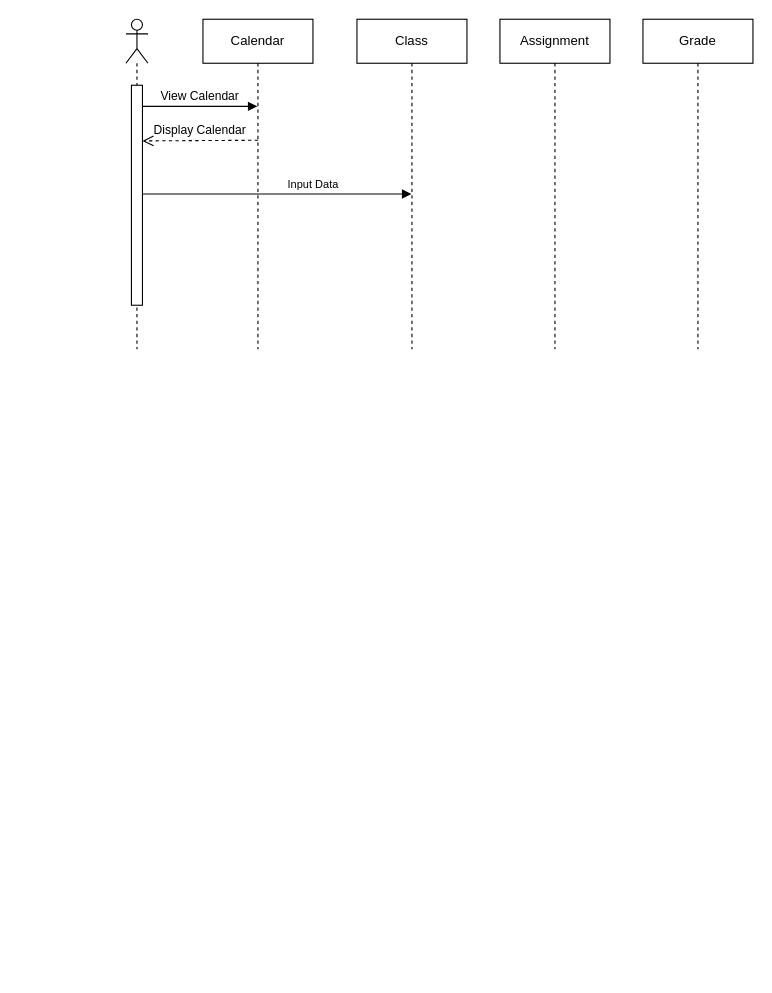
The draw.io diagram BehavioralDiagram.drawio in Spencer-Ross/Planner-SRS, before the edit. Source tidied: cells renumbered, new cells numbered last; positions are measured from the earlier drawing's top-left corner, leaving out a move shared by most shapes. Both pictures are drawn from the tidied source at 110%, with x=0, y=0 at pixel (125, 19).
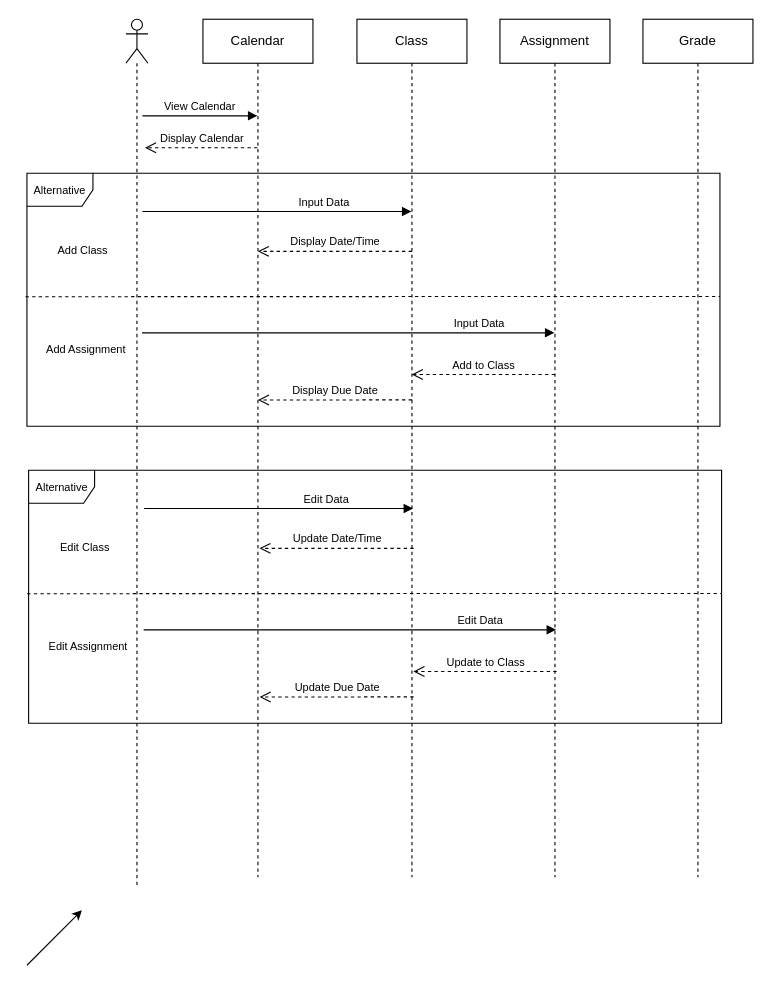
After the change.

Commit message:
add class/assignment edit class/assignment

What changed in the source:
```diff
@@
+    <mxCell id="11" value="Alternative" style="shape=umlFrame;whiteSpace=wrap;html=1;fontSize=10;verticalAlign=middle;align=center;" parent="1" vertex="1">
+      <mxGeometry x="-90" y="140" width="630" height="230" as="geometry" />
+    </mxCell>
     <mxCell id="2" style="shape=umlLifeline;participant=umlActor;perimeter=lifelinePerimeter;whiteSpace=wrap;html=1;verticalAlign=top;spacingTop=36;labelBackgroundColor=#ffffff;" parent="1" vertex="1">
-      <mxGeometry width="20" height="300" as="geometry" />
+      <mxGeometry width="20" height="790" as="geometry" />
     </mxCell>
-    <mxCell id="3" style="html=1;points=[];perimeter=orthogonalPerimeter;" parent="2" vertex="1">
-      <mxGeometry x="5" y="60" width="10" height="200" as="geometry" />
-    </mxCell>
     <mxCell id="4" value="Calendar" style="shape=umlLifeline;perimeter=lifelinePerimeter;whiteSpace=wrap;html=1;outlineConnect=0;" parent="1" vertex="1">
-      <mxGeometry x="70" width="100" height="300" as="geometry" />
+      <mxGeometry x="70" width="100" height="780" as="geometry" />
     </mxCell>
     <mxCell id="5" value="Class" style="shape=umlLifeline;perimeter=lifelinePerimeter;whiteSpace=wrap;html=1;" parent="1" vertex="1">
-      <mxGeometry x="210" width="100" height="300" as="geometry" />
+      <mxGeometry x="210" width="100" height="780" as="geometry" />
     </mxCell>
     <mxCell id="6" value="Assignment" style="shape=umlLifeline;perimeter=lifelinePerimeter;whiteSpace=wrap;html=1;" parent="1" vertex="1">
-      <mxGeometry x="340" width="100" height="300" as="geometry" />
+      <mxGeometry x="340" width="100" height="780" as="geometry" />
     </mxCell>
     <mxCell id="7" value="Grade" style="shape=umlLifeline;perimeter=lifelinePerimeter;whiteSpace=wrap;html=1;" parent="1" vertex="1">
-      <mxGeometry x="470" width="100" height="300" as="geometry" />
+      <mxGeometry x="470" width="100" height="780" as="geometry" />
     </mxCell>
-    <mxCell id="8" value="View Calendar" style="html=1;verticalAlign=bottom;endArrow=block;exitX=1;exitY=0.096;exitDx=0;exitDy=0;exitPerimeter=0;" parent="1" edge="1" source="3" target="4">
-      <mxGeometry relative="1" as="geometry" />
+    <mxCell id="8" value="View Calendar" style="html=1;verticalAlign=bottom;endArrow=block;exitX=1;exitY=0.096;exitDx=0;exitDy=0;exitPerimeter=0;fontSize=10;" parent="1" edge="1" target="4">
+      <mxGeometry relative="1" as="geometry">
+        <mxPoint x="15" y="87.8" as="sourcePoint" />
+      </mxGeometry>
     </mxCell>
-    <mxCell id="9" value="Display Calendar" style="html=1;verticalAlign=bottom;endArrow=open;dashed=1;endSize=8;entryX=1;entryY=0.253;entryDx=0;entryDy=0;entryPerimeter=0;" parent="1" edge="1" target="3">
+    <mxCell id="9" value="Display Calendar" style="html=1;verticalAlign=bottom;endArrow=open;dashed=1;endSize=8;entryX=1.229;entryY=0.196;entryDx=0;entryDy=0;entryPerimeter=0;fontSize=10;" parent="1" edge="1" source="4">
       <mxGeometry relative="1" as="geometry">
-        <mxPoint x="120" y="110" as="sourcePoint" />
+        <mxPoint x="17.3" y="116.8" as="targetPoint" />
       </mxGeometry>
     </mxCell>
     <mxCell id="10" value="Input Data" style="html=1;verticalAlign=bottom;endArrow=block;fontSize=10;exitX=1;exitY=0.494;exitDx=0;exitDy=0;exitPerimeter=0;" parent="1" edge="1">
-      <mxGeometry x="0.27" relative="1" as="geometry">
-        <mxPoint x="15" y="158.8" as="sourcePoint" />
-        <mxPoint x="259.5" y="158.8" as="targetPoint" />
+      <mxGeometry x="0.35" relative="1" as="geometry">
+        <mxPoint x="15" y="174.8" as="sourcePoint" />
+        <mxPoint x="259.5" y="174.8" as="targetPoint" />
       </mxGeometry>
     </mxCell>
+    <mxCell id="12" value="Display Date/Time" style="html=1;verticalAlign=bottom;endArrow=open;dashed=1;endSize=8;fontSize=10;" parent="1" edge="1">
+      <mxGeometry relative="1" as="geometry">
+        <mxPoint x="260" y="211" as="sourcePoint" />
+        <mxPoint x="119.8" y="211" as="targetPoint" />
+      </mxGeometry>
+    </mxCell>
+    <mxCell id="13" value="Input Data" style="html=1;verticalAlign=bottom;endArrow=block;exitX=0.96;exitY=0.621;exitDx=0;exitDy=0;exitPerimeter=0;fontSize=10;" parent="1" edge="1">
+      <mxGeometry x="0.63" relative="1" as="geometry">
+        <mxPoint x="14.6" y="285.1" as="sourcePoint" />
+        <mxPoint x="389.5" y="285.1" as="targetPoint" />
+      </mxGeometry>
+    </mxCell>
+    <mxCell id="14" value="Add to Class" style="html=1;verticalAlign=bottom;endArrow=open;dashed=1;endSize=8;fontSize=10;" parent="1" edge="1">
+      <mxGeometry relative="1" as="geometry">
+        <mxPoint x="390" y="323" as="sourcePoint" />
+        <mxPoint x="259.8" y="323" as="targetPoint" />
+      </mxGeometry>
+    </mxCell>
+    <mxCell id="15" value="Display Due Date" style="html=1;verticalAlign=bottom;endArrow=open;dashed=1;endSize=8;fontSize=10;entryX=0.5;entryY=0.564;entryDx=0;entryDy=0;entryPerimeter=0;" parent="1" edge="1">
+      <mxGeometry relative="1" as="geometry">
+        <mxPoint x="260" y="346" as="sourcePoint" />
+        <mxPoint x="120" y="346.2" as="targetPoint" />
+      </mxGeometry>
+    </mxCell>
+    <mxCell id="16" style="endArrow=none;dashed=1;html=1;fontSize=10;exitX=-0.002;exitY=0.488;exitDx=0;exitDy=0;exitPerimeter=0;" parent="1" edge="1" source="11">
+      <mxGeometry relative="1" as="geometry">
+        <mxPoint x="540" y="252" as="targetPoint" />
+      </mxGeometry>
+    </mxCell>
+    <mxCell id="17" value="Add Class" style="text;html=1;strokeColor=none;fillColor=none;align=center;verticalAlign=middle;whiteSpace=wrap;rounded=0;fontSize=10;" parent="1" vertex="1">
+      <mxGeometry x="-79" y="180" width="80" height="60" as="geometry" />
+    </mxCell>
+    <mxCell id="18" value="Add Assignment" style="text;html=1;strokeColor=none;fillColor=none;align=center;verticalAlign=middle;whiteSpace=wrap;rounded=0;fontSize=10;" parent="1" vertex="1">
+      <mxGeometry x="-76" y="270" width="80" height="60" as="geometry" />
+    </mxCell>
+    <mxCell id="19" value="Alternative" style="shape=umlFrame;whiteSpace=wrap;html=1;fontSize=10;verticalAlign=middle;align=center;" parent="1" vertex="1">
+      <mxGeometry x="-88.5" y="410" width="630" height="230" as="geometry" />
+    </mxCell>
+    <mxCell id="20" value="Edit Data" style="html=1;verticalAlign=bottom;endArrow=block;fontSize=10;exitX=1;exitY=0.494;exitDx=0;exitDy=0;exitPerimeter=0;" parent="1" edge="1">
+      <mxGeometry x="0.35" relative="1" as="geometry">
+        <mxPoint x="16.5" y="444.8" as="sourcePoint" />
+        <mxPoint x="261" y="444.8" as="targetPoint" />
+      </mxGeometry>
+    </mxCell>
+    <mxCell id="21" value="Update Date/Time" style="html=1;verticalAlign=bottom;endArrow=open;dashed=1;endSize=8;fontSize=10;" parent="1" edge="1">
+      <mxGeometry relative="1" as="geometry">
+        <mxPoint x="261.5" y="481" as="sourcePoint" />
+        <mxPoint x="121.3" y="481" as="targetPoint" />
+      </mxGeometry>
+    </mxCell>
+    <mxCell id="22" value="Edit Data" style="html=1;verticalAlign=bottom;endArrow=block;exitX=0.96;exitY=0.621;exitDx=0;exitDy=0;exitPerimeter=0;fontSize=10;" parent="1" edge="1">
+      <mxGeometry x="0.63" relative="1" as="geometry">
+        <mxPoint x="16.1" y="555.1" as="sourcePoint" />
+        <mxPoint x="391" y="555.1" as="targetPoint" />
+      </mxGeometry>
+    </mxCell>
+    <mxCell id="23" value="Update to Class" style="html=1;verticalAlign=bottom;endArrow=open;dashed=1;endSize=8;fontSize=10;" parent="1" edge="1">
+      <mxGeometry relative="1" as="geometry">
+        <mxPoint x="391.5" y="593" as="sourcePoint" />
+        <mxPoint x="261.3" y="593" as="targetPoint" />
+      </mxGeometry>
+    </mxCell>
+    <mxCell id="24" value="Update Due Date" style="html=1;verticalAlign=bottom;endArrow=open;dashed=1;endSize=8;fontSize=10;entryX=0.5;entryY=0.564;entryDx=0;entryDy=0;entryPerimeter=0;" parent="1" edge="1">
+      <mxGeometry relative="1" as="geometry">
+        <mxPoint x="261.5" y="616" as="sourcePoint" />
+        <mxPoint x="121.5" y="616.2" as="targetPoint" />
+      </mxGeometry>
+    </mxCell>
+    <mxCell id="25" style="endArrow=none;dashed=1;html=1;fontSize=10;exitX=-0.002;exitY=0.488;exitDx=0;exitDy=0;exitPerimeter=0;" parent="1" edge="1" source="19">
+      <mxGeometry relative="1" as="geometry">
+        <mxPoint x="541.5" y="522" as="targetPoint" />
+      </mxGeometry>
+    </mxCell>
+    <mxCell id="26" value="Edit Class" style="text;html=1;strokeColor=none;fillColor=none;align=center;verticalAlign=middle;whiteSpace=wrap;rounded=0;fontSize=10;" parent="1" vertex="1">
+      <mxGeometry x="-77.5" y="450" width="80" height="60" as="geometry" />
+    </mxCell>
+    <mxCell id="27" value="Edit Assignment" style="text;html=1;strokeColor=none;fillColor=none;align=center;verticalAlign=middle;whiteSpace=wrap;rounded=0;fontSize=10;" parent="1" vertex="1">
+      <mxGeometry x="-74.5" y="540" width="80" height="60" as="geometry" />
+    </mxCell>
+    <mxCell id="28" style="endArrow=classic;html=1;fontSize=10;" parent="1" edge="1">
+      <mxGeometry relative="1" as="geometry">
+        <mxPoint x="-90" y="860" as="sourcePoint" />
+        <mxPoint x="-40" y="810" as="targetPoint" />
+      </mxGeometry>
+    </mxCell>
```
